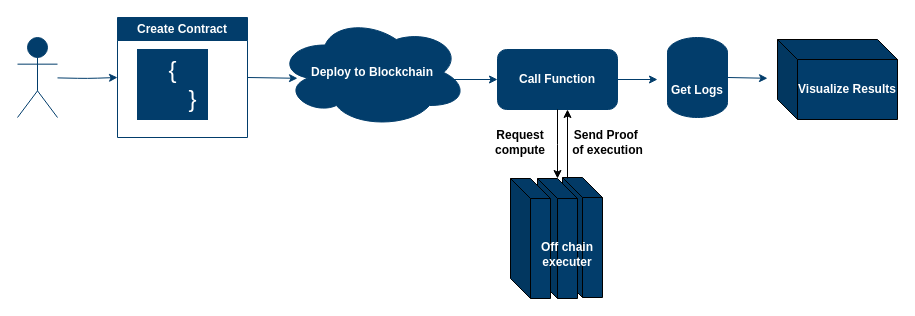
Above: img/offchain_workflow.drawio in iamashwin99/slides-deRSE25-talk (draw.io), before the change. Source tidied: cells renumbered, new cells numbered last; positions are measured from the earlier drawing's top-left corner, leaving out a move shared by most shapes. Both pictures are drawn from the tidied source at 100%, with x=0, y=0 at pixel (17, 17). Pictures stored in the file or linked from it are replaced by grey dashed boxes.
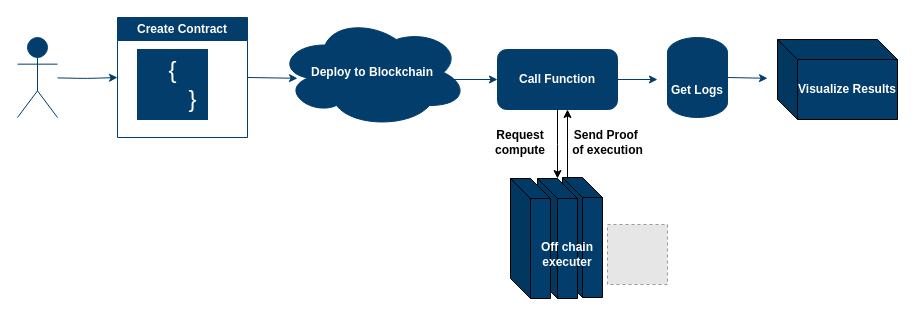
The same page after the edit.

Commit message (it also covers changes not shown here):
add atomic operations and add money to workflow diagram

Diff of the diagram source:
```diff
@@
+    <mxCell id="22" style="fillColor=#E6E6E6;strokeColor=#999999;dashed=1;html=1;verticalAlign=top;verticalLabelPosition=bottom;labelBackgroundColor=#ffffff;" parent="1" vertex="1">
+      <mxGeometry x="590" y="207" width="60" height="60" as="geometry" />
+    </mxCell>
```
